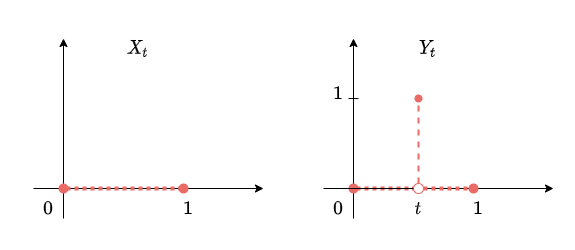
Earlier version of the draw.io export 2021/12/12/Stochastic-Processes-Week-4-Gaussian-Processes/W4_7_trajectories.drawio.png (bobondemon/bobondemon.github.io). Source tidied: cells renumbered, new cells last; positions are measured from the earlier drawing's top-left corner, leaving out a move shared by most shapes.
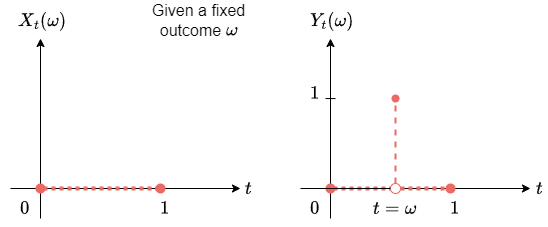
Above is the later version.

Change to the diagram source:
```diff
@@ -2,91 +2,97 @@
   <root>
     <mxCell id="0" />
     <mxCell id="1" parent="0" />
-    <mxCell id="2" style="group;" parent="1" vertex="1">
-      <mxGeometry width="530" height="195" as="geometry" />
-    </mxCell>
-    <mxCell id="3" style="endArrow=classic;html=1;" parent="2" edge="1">
+    <mxCell id="3" style="endArrow=classic;html=1;" parent="1" edge="1">
       <mxGeometry relative="1" as="geometry">
         <mxPoint x="40" y="190" as="sourcePoint" />
         <mxPoint x="40" y="10" as="targetPoint" />
       </mxGeometry>
     </mxCell>
-    <mxCell id="4" style="endArrow=classic;html=1;" parent="2" edge="1">
+    <mxCell id="4" style="endArrow=classic;html=1;" parent="1" edge="1">
       <mxGeometry relative="1" as="geometry">
         <mxPoint x="10" y="160" as="sourcePoint" />
         <mxPoint x="240" y="160" as="targetPoint" />
       </mxGeometry>
     </mxCell>
-    <mxCell id="5" style="endArrow=oval;html=1;startArrow=oval;startFill=1;endFill=1;strokeColor=#EA6B66;dashed=1;strokeWidth=4;dashPattern=1 1;" parent="2" edge="1">
+    <mxCell id="5" style="endArrow=oval;html=1;startArrow=oval;startFill=1;endFill=1;strokeColor=#EA6B66;dashed=1;strokeWidth=4;dashPattern=1 1;" parent="1" edge="1">
       <mxGeometry relative="1" as="geometry">
         <mxPoint x="40" y="160" as="sourcePoint" />
         <mxPoint x="160" y="160" as="targetPoint" />
       </mxGeometry>
     </mxCell>
-    <mxCell id="6" value="&lt;font style=&quot;font-size: 16px&quot;&gt;`0`&lt;/font&gt;" style="text;html=1;strokeColor=none;fillColor=none;align=center;verticalAlign=middle;whiteSpace=wrap;rounded=0;" parent="2" vertex="1">
+    <mxCell id="6" value="&lt;font style=&quot;font-size: 16px&quot;&gt;`0`&lt;/font&gt;" style="text;html=1;strokeColor=none;fillColor=none;align=center;verticalAlign=middle;whiteSpace=wrap;rounded=0;" parent="1" vertex="1">
       <mxGeometry y="165" width="50" height="30" as="geometry" />
     </mxCell>
-    <mxCell id="7" value="&lt;font style=&quot;font-size: 16px&quot;&gt;`1`&lt;/font&gt;" style="text;html=1;strokeColor=none;fillColor=none;align=center;verticalAlign=middle;whiteSpace=wrap;rounded=0;" parent="2" vertex="1">
+    <mxCell id="7" value="&lt;font style=&quot;font-size: 16px&quot;&gt;`1`&lt;/font&gt;" style="text;html=1;strokeColor=none;fillColor=none;align=center;verticalAlign=middle;whiteSpace=wrap;rounded=0;" parent="1" vertex="1">
       <mxGeometry x="140" y="165" width="50" height="30" as="geometry" />
     </mxCell>
-    <mxCell id="8" value="`X_t`" style="text;html=1;strokeColor=none;fillColor=none;align=center;verticalAlign=middle;whiteSpace=wrap;rounded=0;fontSize=16;" parent="2" vertex="1">
-      <mxGeometry x="80" width="70" height="40" as="geometry" />
+    <mxCell id="8" value="`X_t(\omega)`" style="text;html=1;strokeColor=none;fillColor=none;align=center;verticalAlign=middle;whiteSpace=wrap;rounded=0;fontSize=16;" parent="1" vertex="1">
+      <mxGeometry x="7" y="-28" width="70" height="40" as="geometry" />
     </mxCell>
-    <mxCell id="9" style="endArrow=classic;html=1;" parent="2" edge="1">
+    <mxCell id="9" style="endArrow=classic;html=1;" parent="1" edge="1">
       <mxGeometry relative="1" as="geometry">
         <mxPoint x="330" y="190" as="sourcePoint" />
         <mxPoint x="330" y="10" as="targetPoint" />
       </mxGeometry>
     </mxCell>
-    <mxCell id="10" style="endArrow=classic;html=1;startArrow=none;" parent="2" edge="1" source="16">
+    <mxCell id="10" style="endArrow=classic;html=1;startArrow=none;" parent="1" edge="1" source="16">
       <mxGeometry relative="1" as="geometry">
         <mxPoint x="530" y="160" as="targetPoint" />
       </mxGeometry>
     </mxCell>
-    <mxCell id="11" style="endArrow=none;html=1;startArrow=oval;startFill=1;endFill=0;strokeColor=#EA6B66;dashed=1;strokeWidth=4;dashPattern=1 1;entryX=0;entryY=0.5;entryDx=0;entryDy=0;" parent="2" edge="1" target="16">
+    <mxCell id="11" style="endArrow=none;html=1;startArrow=oval;startFill=1;endFill=0;strokeColor=#EA6B66;dashed=1;strokeWidth=4;dashPattern=1 1;entryX=0;entryY=0.5;entryDx=0;entryDy=0;" parent="1" edge="1" target="16">
       <mxGeometry relative="1" as="geometry">
         <mxPoint x="330" y="160" as="sourcePoint" />
       </mxGeometry>
     </mxCell>
-    <mxCell id="12" value="&lt;font style=&quot;font-size: 16px&quot;&gt;`0`&lt;/font&gt;" style="text;html=1;strokeColor=none;fillColor=none;align=center;verticalAlign=middle;whiteSpace=wrap;rounded=0;" parent="2" vertex="1">
+    <mxCell id="12" value="&lt;font style=&quot;font-size: 16px&quot;&gt;`0`&lt;/font&gt;" style="text;html=1;strokeColor=none;fillColor=none;align=center;verticalAlign=middle;whiteSpace=wrap;rounded=0;" parent="1" vertex="1">
       <mxGeometry x="290" y="165" width="50" height="30" as="geometry" />
     </mxCell>
-    <mxCell id="13" value="&lt;font style=&quot;font-size: 16px&quot;&gt;`1`&lt;/font&gt;" style="text;html=1;strokeColor=none;fillColor=none;align=center;verticalAlign=middle;whiteSpace=wrap;rounded=0;" parent="2" vertex="1">
+    <mxCell id="13" value="&lt;font style=&quot;font-size: 16px&quot;&gt;`1`&lt;/font&gt;" style="text;html=1;strokeColor=none;fillColor=none;align=center;verticalAlign=middle;whiteSpace=wrap;rounded=0;" parent="1" vertex="1">
       <mxGeometry x="430" y="165" width="50" height="30" as="geometry" />
     </mxCell>
-    <mxCell id="14" value="`Y_t`" style="text;html=1;strokeColor=none;fillColor=none;align=center;verticalAlign=middle;whiteSpace=wrap;rounded=0;fontSize=16;" parent="2" vertex="1">
-      <mxGeometry x="370" width="70" height="40" as="geometry" />
+    <mxCell id="14" value="`Y_t(\omega)`" style="text;html=1;strokeColor=none;fillColor=none;align=center;verticalAlign=middle;whiteSpace=wrap;rounded=0;fontSize=16;" parent="1" vertex="1">
+      <mxGeometry x="297" y="-28" width="70" height="40" as="geometry" />
     </mxCell>
-    <mxCell id="15" style="endArrow=oval;html=1;startArrow=none;startFill=0;endFill=1;strokeColor=#EA6B66;dashed=1;strokeWidth=4;dashPattern=1 1;exitX=1;exitY=0.5;exitDx=0;exitDy=0;" parent="2" edge="1" source="16">
+    <mxCell id="15" style="endArrow=oval;html=1;startArrow=none;startFill=0;endFill=1;strokeColor=#EA6B66;dashed=1;strokeWidth=4;dashPattern=1 1;exitX=1;exitY=0.5;exitDx=0;exitDy=0;" parent="1" edge="1" source="16">
       <mxGeometry relative="1" as="geometry">
         <mxPoint x="450" y="160" as="targetPoint" />
       </mxGeometry>
     </mxCell>
-    <mxCell id="16" style="ellipse;whiteSpace=wrap;html=1;fontSize=16;strokeColor=#EA6B66;" parent="2" vertex="1">
+    <mxCell id="16" style="ellipse;whiteSpace=wrap;html=1;fontSize=16;strokeColor=#EA6B66;" parent="1" vertex="1">
       <mxGeometry x="390" y="155" width="10" height="10" as="geometry" />
     </mxCell>
-    <mxCell id="17" style="endArrow=none;html=1;" parent="2" edge="1" target="16">
+    <mxCell id="17" style="endArrow=none;html=1;" parent="1" edge="1" target="16">
       <mxGeometry relative="1" as="geometry">
         <mxPoint x="300" y="160" as="sourcePoint" />
       </mxGeometry>
     </mxCell>
-    <mxCell id="18" value="&lt;font style=&quot;font-size: 16px&quot;&gt;`t`&lt;/font&gt;" style="text;html=1;strokeColor=none;fillColor=none;align=center;verticalAlign=middle;whiteSpace=wrap;rounded=0;" parent="2" vertex="1">
+    <mxCell id="18" value="&lt;font style=&quot;font-size: 16px&quot;&gt;`t=\omega`&lt;/font&gt;" style="text;html=1;strokeColor=none;fillColor=none;align=center;verticalAlign=middle;whiteSpace=wrap;rounded=0;" parent="1" vertex="1">
       <mxGeometry x="370" y="165" width="50" height="30" as="geometry" />
     </mxCell>
-    <mxCell id="19" style="endArrow=oval;html=1;fontSize=16;strokeColor=#EA6B66;strokeWidth=2;dashed=1;endFill=1;" parent="2" edge="1">
+    <mxCell id="19" style="endArrow=oval;html=1;fontSize=16;strokeColor=#EA6B66;strokeWidth=2;dashed=1;endFill=1;" parent="1" edge="1">
       <mxGeometry relative="1" as="geometry">
         <mxPoint x="395" y="155" as="sourcePoint" />
         <mxPoint x="395" y="70" as="targetPoint" />
       </mxGeometry>
     </mxCell>
-    <mxCell id="20" value="&lt;font style=&quot;font-size: 16px&quot;&gt;`1`&lt;/font&gt;" style="text;html=1;strokeColor=none;fillColor=none;align=center;verticalAlign=middle;whiteSpace=wrap;rounded=0;" parent="2" vertex="1">
+    <mxCell id="20" value="&lt;font style=&quot;font-size: 16px&quot;&gt;`1`&lt;/font&gt;" style="text;html=1;strokeColor=none;fillColor=none;align=center;verticalAlign=middle;whiteSpace=wrap;rounded=0;" parent="1" vertex="1">
       <mxGeometry x="300" y="50" width="30" height="30" as="geometry" />
     </mxCell>
-    <mxCell id="21" style="endArrow=none;html=1;fontSize=16;strokeColor=#000000;strokeWidth=1;" parent="2" edge="1">
+    <mxCell id="21" style="endArrow=none;html=1;fontSize=16;strokeColor=#000000;strokeWidth=1;" parent="1" edge="1">
       <mxGeometry relative="1" as="geometry">
         <mxPoint x="325" y="70" as="sourcePoint" />
         <mxPoint x="335" y="70.1" as="targetPoint" />
       </mxGeometry>
     </mxCell>
+    <mxCell id="22" value="Given a fixed outcome `\omega`" style="text;html=1;strokeColor=none;fillColor=none;align=center;verticalAlign=middle;whiteSpace=wrap;rounded=0;fontSize=16;" parent="1" vertex="1">
+      <mxGeometry x="127" y="-28" width="143" height="40" as="geometry" />
+    </mxCell>
+    <mxCell id="23" value="&lt;font style=&quot;font-size: 16px&quot;&gt;`t`&lt;/font&gt;" style="text;html=1;strokeColor=none;fillColor=none;align=center;verticalAlign=middle;whiteSpace=wrap;rounded=0;" parent="1" vertex="1">
+      <mxGeometry x="240" y="145" width="17" height="30" as="geometry" />
+    </mxCell>
+    <mxCell id="24" value="&lt;font style=&quot;font-size: 16px&quot;&gt;`t`&lt;/font&gt;" style="text;html=1;strokeColor=none;fillColor=none;align=center;verticalAlign=middle;whiteSpace=wrap;rounded=0;" parent="1" vertex="1">
+      <mxGeometry x="531" y="145" width="17" height="30" as="geometry" />
+    </mxCell>
   </root>
 </mxGraphModel>
```
